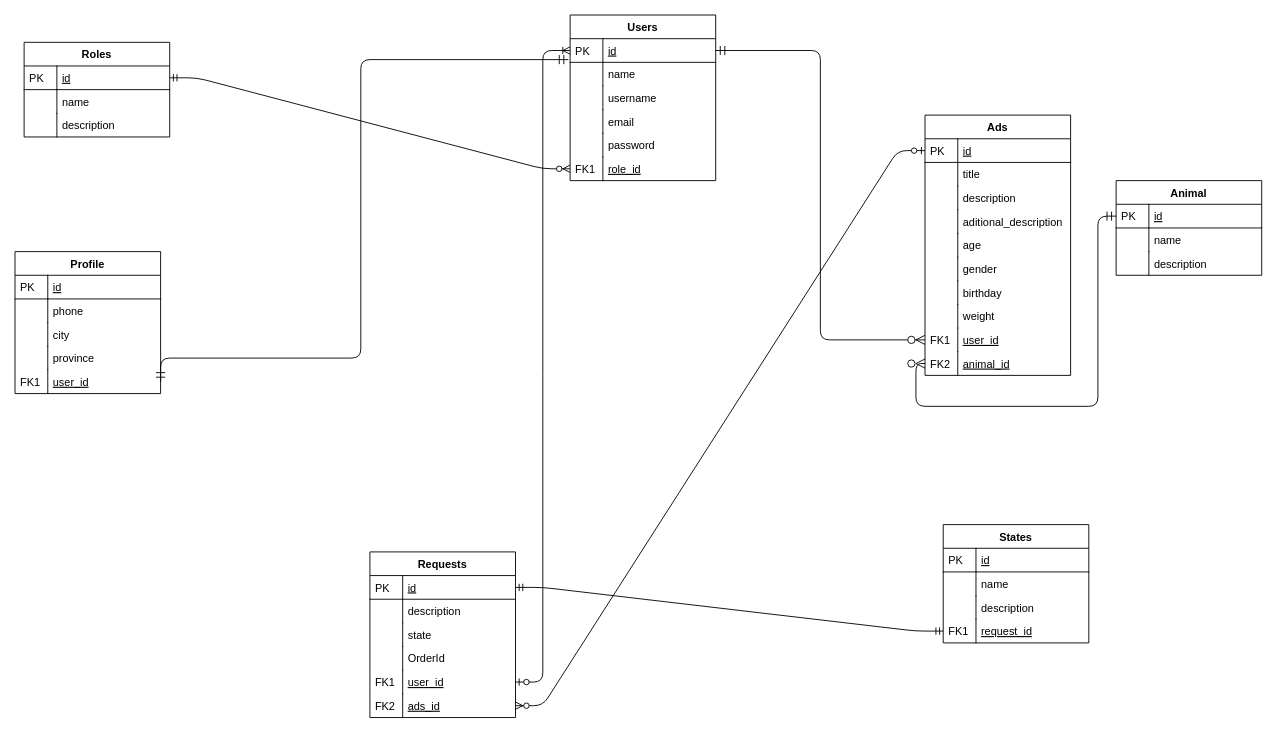
Earlier version of the draw.io diagram diagrams/sql.drawio (jorgemartiinez/Pets-Demo). Source tidied: cells renumbered, new cells numbered last; positions are measured from the earlier drawing's top-left corner, leaving out a move shared by most shapes. Both pictures are drawn from the tidied source at 91%, with x=0, y=0 at pixel (15, 15).
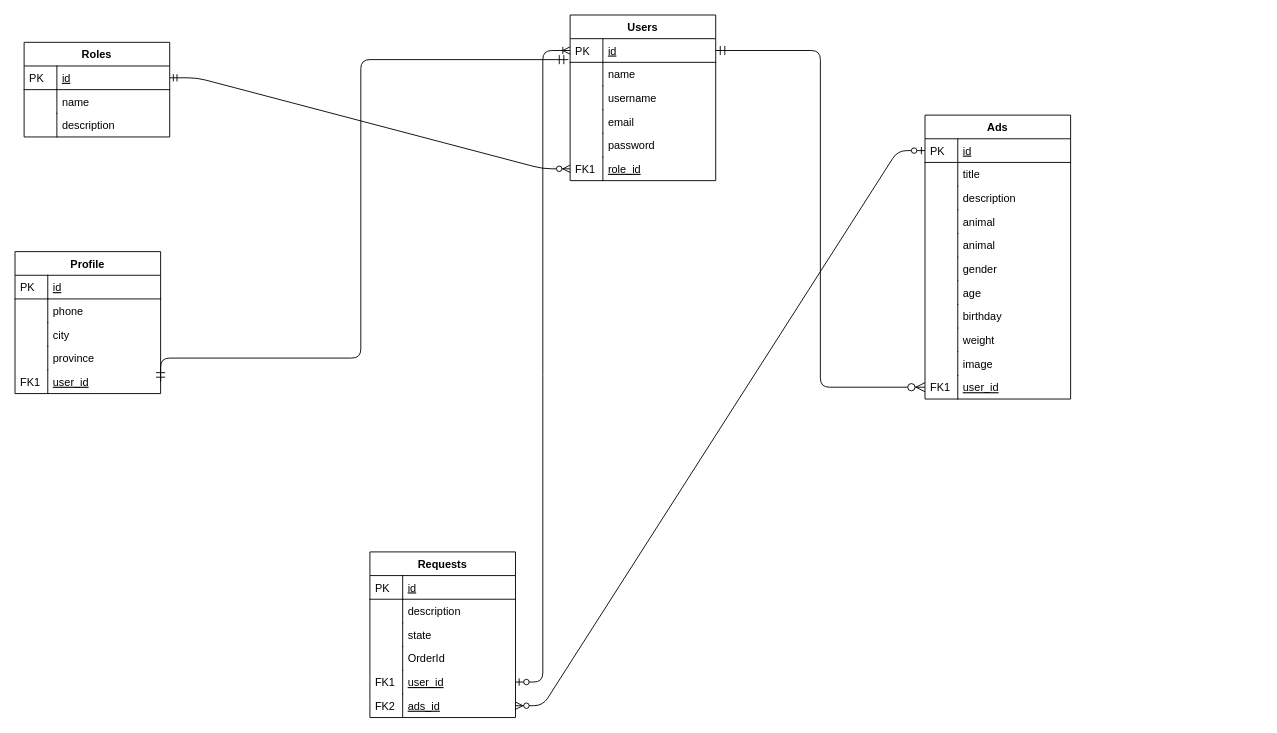
Above is the later version.

Unchanged cells that the change refers to:
```xml
<mxCell id="48" value="id" style="shape=partialRectangle;top=0;left=0;right=0;bottom=1;align=left;verticalAlign=top;fillColor=none;spacingLeft=40;spacingRight=4;overflow=hidden;points=[[0,0.5],[1,0.5]];portConstraint=eastwest;rounded=0;shadow=0;strokeWidth=1;fontStyle=4;" parent="47" vertex="1">
  <mxGeometry y="26" width="160" height="26" as="geometry" />
</mxCell>
```

Change to the diagram source:
```diff
@@
-    <mxCell id="6" style="edgeStyle=entityRelationEdgeStyle;fontSize=12;html=1;endArrow=ERmandOne;startArrow=ERmandOne;exitX=1;exitY=0.5;exitDx=0;exitDy=0;entryX=0;entryY=0.5;entryDx=0;entryDy=0;" parent="1" edge="1" source="48" target="88">
-      <mxGeometry relative="1" as="geometry" />
-    </mxCell>
@@
     <mxCell id="8" value="Ads" style="swimlane;fontStyle=1;horizontal=1;startSize=26;rounded=0;shadow=0;strokeWidth=1;" parent="1" vertex="1">
-      <mxGeometry x="1000" y="110" width="160" height="286" as="geometry" />
+      <mxGeometry x="1000" y="110" width="160" height="312" as="geometry" />
     </mxCell>
@@
-    <mxCell id="15" value="aditional_description" style="shape=partialRectangle;top=0;left=0;right=0;bottom=0;align=left;verticalAlign=top;fillColor=none;spacingLeft=40;spacingRight=4;overflow=hidden;rounded=0;shadow=0;strokeWidth=1;" parent="8" vertex="1">
-      <mxGeometry y="104" width="160" height="26" as="geometry" />
-    </mxCell>
-    <mxCell id="16" style="shape=partialRectangle;top=0;left=0;bottom=0;fillColor=none;align=left;verticalAlign=top;spacingLeft=4;spacingRight=4;overflow=hidden;" parent="15" vertex="1">
-      <mxGeometry width="36" height="26" as="geometry" />
-    </mxCell>
+    <mxCell id="27" value="animal" style="shape=partialRectangle;top=0;left=0;right=0;bottom=0;align=left;verticalAlign=top;fillColor=none;spacingLeft=40;spacingRight=4;overflow=hidden;points=[[0,0.5],[1,0.5]];portConstraint=eastwest;rounded=0;shadow=0;strokeWidth=1;fontStyle=0;" parent="8" vertex="1">
+      <mxGeometry y="104" width="160" height="26" as="geometry" />
+    </mxCell>
+    <mxCell id="28" style="shape=partialRectangle;top=0;left=0;bottom=0;fillColor=none;align=left;verticalAlign=top;spacingLeft=4;spacingRight=4;overflow=hidden;" parent="27" vertex="1">
+      <mxGeometry width="36" height="26" as="geometry" />
+    </mxCell>
+    <mxCell id="90" value="animal" style="shape=partialRectangle;top=0;left=0;right=0;bottom=0;align=left;verticalAlign=top;fillColor=none;spacingLeft=40;spacingRight=4;overflow=hidden;rounded=0;shadow=0;strokeWidth=1;fontStyle=0;" parent="8" vertex="1">
+      <mxGeometry y="130" width="160" height="26" as="geometry" />
+    </mxCell>
+    <mxCell id="91" style="shape=partialRectangle;top=0;left=0;bottom=0;fillColor=none;align=left;verticalAlign=top;spacingLeft=4;spacingRight=4;overflow=hidden;" parent="90" vertex="1">
+      <mxGeometry width="36" height="26" as="geometry" />
+    </mxCell>
+    <mxCell id="19" value="gender" style="shape=partialRectangle;top=0;left=0;right=0;bottom=0;align=left;verticalAlign=top;fillColor=none;spacingLeft=40;spacingRight=4;overflow=hidden;rounded=0;shadow=0;strokeWidth=1;" parent="8" vertex="1">
+      <mxGeometry y="156" width="160" height="26" as="geometry" />
+    </mxCell>
+    <mxCell id="20" style="shape=partialRectangle;top=0;left=0;bottom=0;fillColor=none;align=left;verticalAlign=top;spacingLeft=4;spacingRight=4;overflow=hidden;" parent="19" vertex="1">
+      <mxGeometry width="36" height="26" as="geometry" />
+    </mxCell>
     <mxCell id="17" value="age" style="shape=partialRectangle;top=0;left=0;right=0;bottom=0;align=left;verticalAlign=top;fillColor=none;spacingLeft=40;spacingRight=4;overflow=hidden;rounded=0;shadow=0;strokeWidth=1;" parent="8" vertex="1">
-      <mxGeometry y="130" width="160" height="26" as="geometry" />
+      <mxGeometry y="182" width="160" height="26" as="geometry" />
     </mxCell>
@@
-    <mxCell id="19" value="gender" style="shape=partialRectangle;top=0;left=0;right=0;bottom=0;align=left;verticalAlign=top;fillColor=none;spacingLeft=40;spacingRight=4;overflow=hidden;rounded=0;shadow=0;strokeWidth=1;" parent="8" vertex="1">
-      <mxGeometry y="156" width="160" height="26" as="geometry" />
-    </mxCell>
-    <mxCell id="20" style="shape=partialRectangle;top=0;left=0;bottom=0;fillColor=none;align=left;verticalAlign=top;spacingLeft=4;spacingRight=4;overflow=hidden;" parent="19" vertex="1">
-      <mxGeometry width="36" height="26" as="geometry" />
-    </mxCell>
     <mxCell id="21" value="birthday" style="shape=partialRectangle;top=0;left=0;right=0;bottom=0;align=left;verticalAlign=top;fillColor=none;spacingLeft=40;spacingRight=4;overflow=hidden;rounded=0;shadow=0;strokeWidth=1;" parent="8" vertex="1">
-      <mxGeometry y="182" width="160" height="26" as="geometry" />
+      <mxGeometry y="208" width="160" height="26" as="geometry" />
     </mxCell>
@@
     <mxCell id="23" value="weight" style="shape=partialRectangle;top=0;left=0;right=0;bottom=0;align=left;verticalAlign=top;fillColor=none;spacingLeft=40;spacingRight=4;overflow=hidden;rounded=0;shadow=0;strokeWidth=1;" parent="8" vertex="1">
-      <mxGeometry y="208" width="160" height="26" as="geometry" />
+      <mxGeometry y="234" width="160" height="26" as="geometry" />
     </mxCell>
@@
+    <mxCell id="92" value="image" style="shape=partialRectangle;top=0;left=0;right=0;bottom=0;align=left;verticalAlign=top;fillColor=none;spacingLeft=40;spacingRight=4;overflow=hidden;rounded=0;shadow=0;strokeWidth=1;" parent="8" vertex="1">
+      <mxGeometry y="260" width="160" height="26" as="geometry" />
+    </mxCell>
+    <mxCell id="93" style="shape=partialRectangle;top=0;left=0;bottom=0;fillColor=none;align=left;verticalAlign=top;spacingLeft=4;spacingRight=4;overflow=hidden;" parent="92" vertex="1">
+      <mxGeometry width="36" height="26" as="geometry" />
+    </mxCell>
     <mxCell id="25" value="user_id" style="shape=partialRectangle;top=0;left=0;right=0;bottom=0;align=left;verticalAlign=top;fillColor=none;spacingLeft=40;spacingRight=4;overflow=hidden;points=[[0,0.5],[1,0.5]];portConstraint=eastwest;rounded=0;shadow=0;strokeWidth=1;fontStyle=4;" parent="8" vertex="1">
-      <mxGeometry y="234" width="160" height="26" as="geometry" />
+      <mxGeometry y="286" width="160" height="26" as="geometry" />
     </mxCell>
@@
-    <mxCell id="27" value="animal_id" style="shape=partialRectangle;top=0;left=0;right=0;bottom=0;align=left;verticalAlign=top;fillColor=none;spacingLeft=40;spacingRight=4;overflow=hidden;points=[[0,0.5],[1,0.5]];portConstraint=eastwest;rounded=0;shadow=0;strokeWidth=1;fontStyle=4;" parent="8" vertex="1">
-      <mxGeometry y="260" width="160" height="26" as="geometry" />
-    </mxCell>
-    <mxCell id="28" value="FK2" style="shape=partialRectangle;top=0;left=0;bottom=0;fillColor=none;align=left;verticalAlign=top;spacingLeft=4;spacingRight=4;overflow=hidden;" parent="27" vertex="1">
-      <mxGeometry width="36" height="26" as="geometry" />
-    </mxCell>
@@
-    <mxCell id="73" value="Animal" style="swimlane;fontStyle=1;horizontal=1;startSize=26;rounded=0;shadow=0;strokeWidth=1;" parent="1" vertex="1">
-      <mxGeometry x="1210" y="182" width="160" height="104" as="geometry" />
-    </mxCell>
-    <mxCell id="74" value="id" style="shape=partialRectangle;top=0;left=0;right=0;bottom=1;align=left;verticalAlign=top;fillColor=none;spacingLeft=40;spacingRight=4;overflow=hidden;points=[[0,0.5],[1,0.5]];portConstraint=eastwest;rounded=0;shadow=0;strokeWidth=1;fontStyle=4;" parent="73" vertex="1">
-      <mxGeometry y="26" width="160" height="26" as="geometry" />
-    </mxCell>
-    <mxCell id="75" value="PK" style="shape=partialRectangle;top=0;left=0;bottom=0;fillColor=none;align=left;verticalAlign=top;spacingLeft=4;spacingRight=4;overflow=hidden;" parent="74" vertex="1">
-      <mxGeometry width="36" height="26" as="geometry" />
-    </mxCell>
-    <mxCell id="76" value="name" style="shape=partialRectangle;top=0;left=0;right=0;bottom=0;align=left;verticalAlign=top;fillColor=none;spacingLeft=40;spacingRight=4;overflow=hidden;rounded=0;shadow=0;strokeWidth=1;" parent="73" vertex="1">
-      <mxGeometry y="52" width="160" height="26" as="geometry" />
-    </mxCell>
-    <mxCell id="77" style="shape=partialRectangle;top=0;left=0;bottom=0;fillColor=none;align=left;verticalAlign=top;spacingLeft=4;spacingRight=4;overflow=hidden;" parent="76" vertex="1">
-      <mxGeometry width="36" height="26" as="geometry" />
-    </mxCell>
-    <mxCell id="78" value="description" style="shape=partialRectangle;top=0;left=0;right=0;bottom=0;align=left;verticalAlign=top;fillColor=none;spacingLeft=40;spacingRight=4;overflow=hidden;rounded=0;shadow=0;strokeWidth=1;" parent="73" vertex="1">
-      <mxGeometry y="78" width="160" height="26" as="geometry" />
-    </mxCell>
-    <mxCell id="79" style="shape=partialRectangle;top=0;left=0;bottom=0;fillColor=none;align=left;verticalAlign=top;spacingLeft=4;spacingRight=4;overflow=hidden;" parent="78" vertex="1">
-      <mxGeometry width="36" height="26" as="geometry" />
-    </mxCell>
-    <mxCell id="80" style="edgeStyle=orthogonalEdgeStyle;endArrow=ERmandOne;startArrow=ERzeroToMany;shadow=0;strokeWidth=1;endSize=8;startSize=8;entryX=0;entryY=0.5;entryDx=0;entryDy=0;exitX=0;exitY=0.5;exitDx=0;exitDy=0;endFill=0;startFill=1;" parent="1" edge="1" source="27" target="74">
-      <mxGeometry relative="1" as="geometry">
-        <Array as="points">
-          <mxPoint x="990" y="383" />
-          <mxPoint x="990" y="430" />
-          <mxPoint x="1190" y="430" />
-          <mxPoint x="1190" y="221" />
-        </Array>
-      </mxGeometry>
-    </mxCell>
-    <mxCell id="81" value="States" style="swimlane;fontStyle=1;horizontal=1;startSize=26;rounded=0;shadow=0;strokeWidth=1;" parent="1" vertex="1">
-      <mxGeometry x="1020" y="560" width="160" height="130" as="geometry" />
-    </mxCell>
-    <mxCell id="82" value="id" style="shape=partialRectangle;top=0;left=0;right=0;bottom=1;align=left;verticalAlign=top;fillColor=none;spacingLeft=40;spacingRight=4;overflow=hidden;rounded=0;shadow=0;strokeWidth=1;fontStyle=4;" parent="81" vertex="1">
-      <mxGeometry y="26" width="160" height="26" as="geometry" />
-    </mxCell>
-    <mxCell id="83" value="PK" style="shape=partialRectangle;top=0;left=0;bottom=0;fillColor=none;align=left;verticalAlign=top;spacingLeft=4;spacingRight=4;overflow=hidden;" parent="82" vertex="1">
-      <mxGeometry width="36" height="26" as="geometry" />
-    </mxCell>
-    <mxCell id="84" value="name" style="shape=partialRectangle;top=0;left=0;right=0;bottom=0;align=left;verticalAlign=top;fillColor=none;spacingLeft=40;spacingRight=4;overflow=hidden;rounded=0;shadow=0;strokeWidth=1;" parent="81" vertex="1">
-      <mxGeometry y="52" width="160" height="26" as="geometry" />
-    </mxCell>
-    <mxCell id="85" style="shape=partialRectangle;top=0;left=0;bottom=0;fillColor=none;align=left;verticalAlign=top;spacingLeft=4;spacingRight=4;overflow=hidden;" parent="84" vertex="1">
-      <mxGeometry width="36" height="26" as="geometry" />
-    </mxCell>
-    <mxCell id="86" value="description" style="shape=partialRectangle;top=0;left=0;right=0;bottom=0;align=left;verticalAlign=top;fillColor=none;spacingLeft=40;spacingRight=4;overflow=hidden;rounded=0;shadow=0;strokeWidth=1;" parent="81" vertex="1">
-      <mxGeometry y="78" width="160" height="26" as="geometry" />
-    </mxCell>
-    <mxCell id="87" style="shape=partialRectangle;top=0;left=0;bottom=0;fillColor=none;align=left;verticalAlign=top;spacingLeft=4;spacingRight=4;overflow=hidden;" parent="86" vertex="1">
-      <mxGeometry width="36" height="26" as="geometry" />
-    </mxCell>
-    <mxCell id="88" value="request_id" style="shape=partialRectangle;top=0;left=0;right=0;bottom=0;align=left;verticalAlign=top;fillColor=none;spacingLeft=40;spacingRight=4;overflow=hidden;points=[[0,0.5],[1,0.5]];portConstraint=eastwest;rounded=0;shadow=0;strokeWidth=1;fontStyle=4;" parent="81" vertex="1">
-      <mxGeometry y="104" width="160" height="26" as="geometry" />
-    </mxCell>
-    <mxCell id="89" value="FK1" style="shape=partialRectangle;top=0;left=0;bottom=0;fillColor=none;align=left;verticalAlign=top;spacingLeft=4;spacingRight=4;overflow=hidden;" parent="88" vertex="1">
-      <mxGeometry width="36" height="26" as="geometry" />
-    </mxCell>
```
